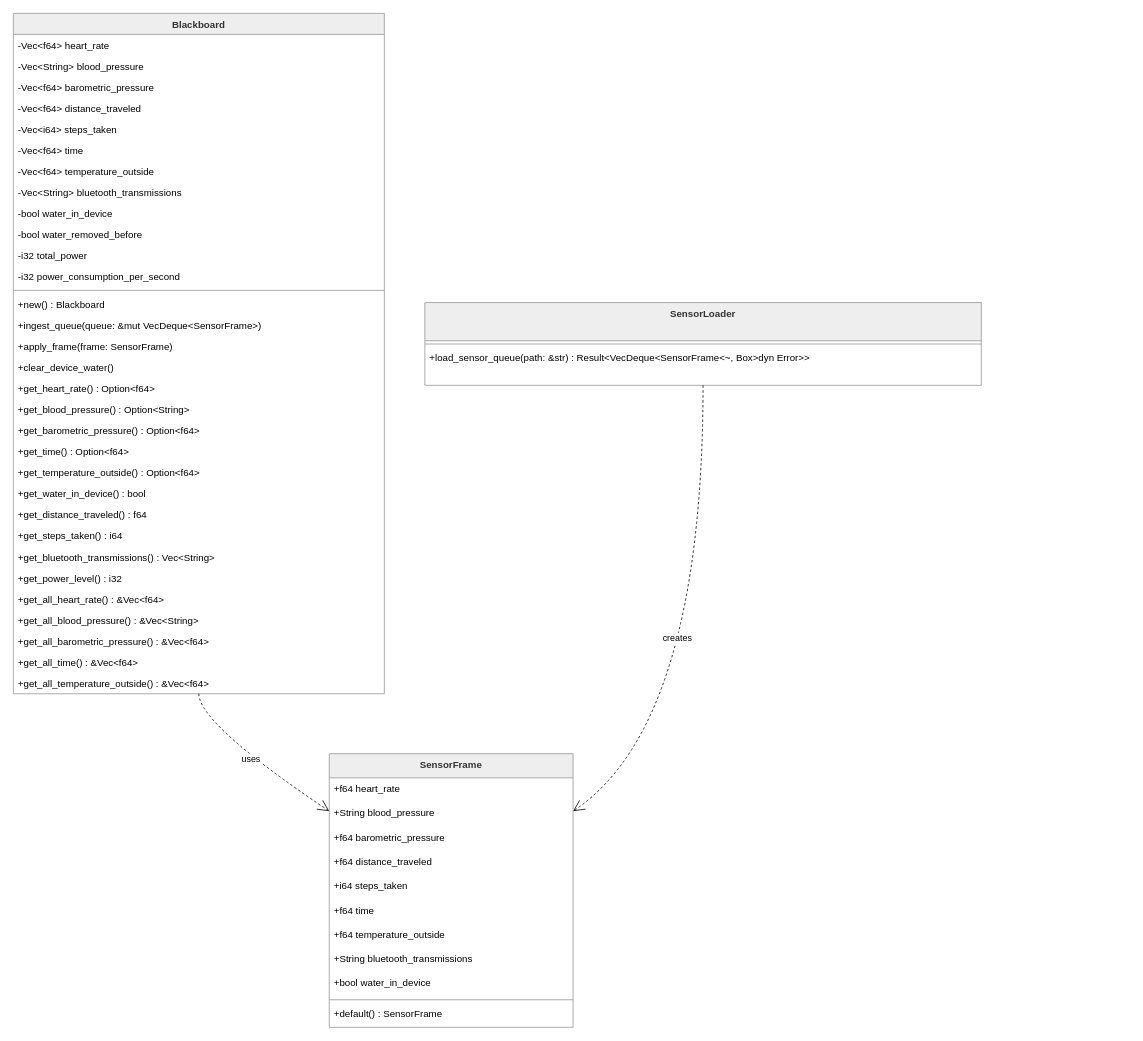
The draw.io diagram Blackboard Architecture Backend/Blackboard UML v1.drawio.xml in RickyBoudreau/CS7319-Final-Project-Group-9-Boudreau-Diaz-Villarreal, before the edit. Source tidied: cells renumbered, new cells numbered last; positions are measured from the earlier drawing's top-left corner, leaving out a move shared by most shapes. Both pictures are drawn from the tidied source at 81%, with x=0, y=0 at pixel (13, 13).
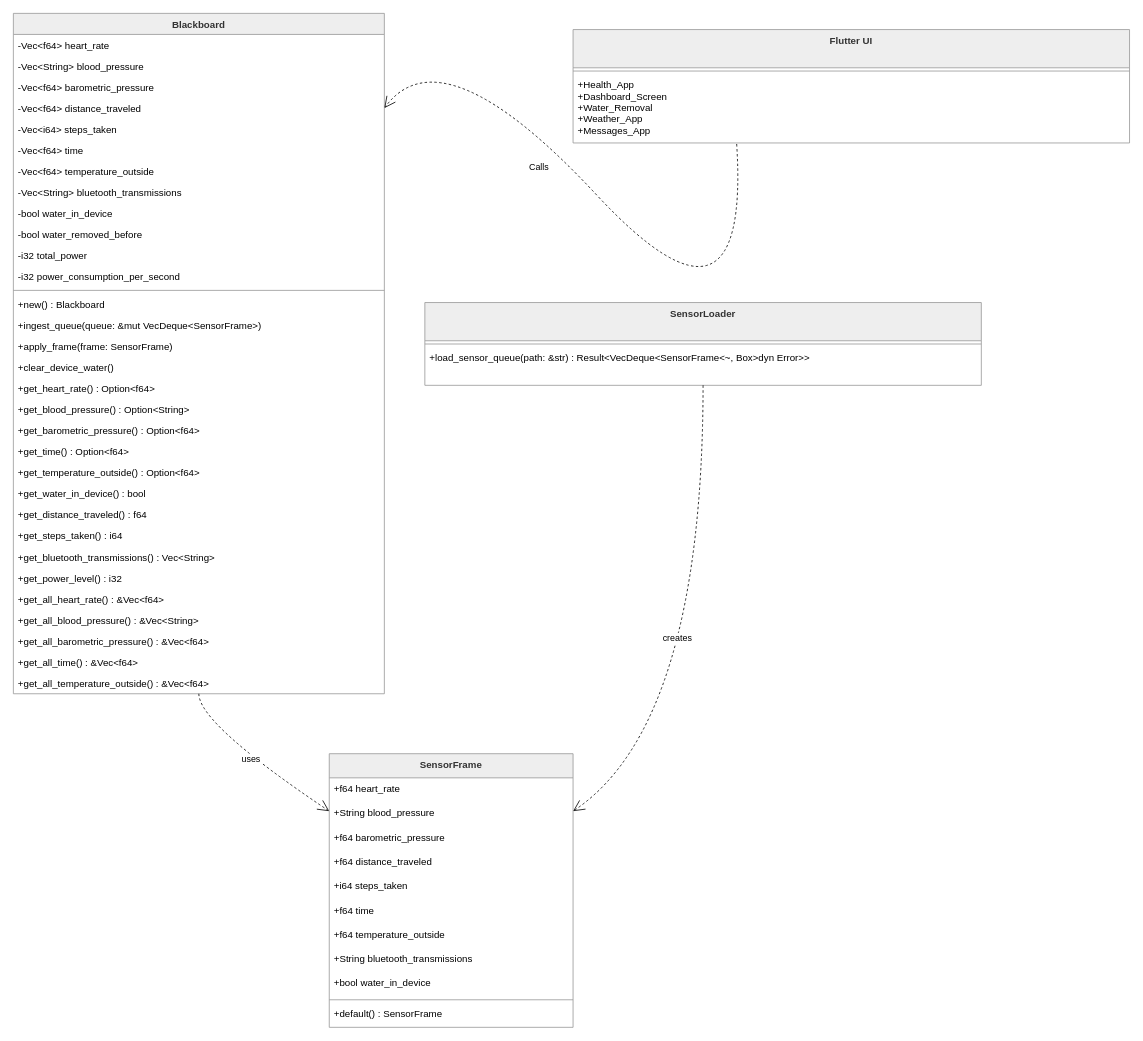
The same page after the edit.

The change refers to these unchanged cells:
```xml
<mxCell id="18" value="-Vec&lt;f64&gt; distance_traveled" style="text;strokeColor=none;fillColor=none;align=left;verticalAlign=top;spacingLeft=4;spacingRight=4;overflow=hidden;points=[[0,0.5],[1,0.5]];portConstraint=eastwest;" parent="14" vertex="1">
  <mxGeometry y="104" width="458" height="26" as="geometry" />
</mxCell>
```

Diff of the diagram source:
```diff
@@
+    <mxCell id="52" value="Flutter UI" style="swimlane;fontStyle=1;align=center;verticalAlign=top;horizontal=1;startSize=47.2;fillColor=light-dark(#eeeeee,#1f2020);strokeColor=light-dark(#999999,#cccccc);fontColor=light-dark(#333333,#cccccc);" parent="1" vertex="1">
+      <mxGeometry x="691" y="20" width="687" height="140" as="geometry" />
+    </mxCell>
+    <mxCell id="53" style="line;strokeWidth=1;fillColor=none;align=left;verticalAlign=middle;spacingTop=-1;spacingLeft=3;spacingRight=3;labelPosition=right;strokeColor=inherit;" parent="52" vertex="1">
+      <mxGeometry y="47.2" width="687" height="8" as="geometry" />
+    </mxCell>
+    <mxCell id="54" value="+Health_App&#10;+Dashboard_Screen&#10;+Water_Removal&#10;+Weather_App&#10;+Messages_App" style="text;strokeColor=none;fillColor=none;align=left;verticalAlign=top;spacingLeft=4;spacingRight=4;overflow=hidden;points=[[0,0.5],[1,0.5]];portConstraint=eastwest;" parent="52" vertex="1">
+      <mxGeometry y="55.2" width="687" height="84.8" as="geometry" />
+    </mxCell>
+    <mxCell id="55" value="Calls" style="curved=1;dashed=1;startArrow=none;endArrow=open;endSize=12;rounded=0;entryX=1;entryY=0.5;entryDx=0;entryDy=0;exitX=0.294;exitY=1.015;exitDx=0;exitDy=0;exitPerimeter=0;" parent="1" edge="1" source="54" target="18">
+      <mxGeometry x="0.31" y="28" relative="1" as="geometry">
+        <Array as="points">
+          <mxPoint x="910" y="428.2" />
+          <mxPoint x="530" y="20" />
+        </Array>
+      </mxGeometry>
+    </mxCell>
```
